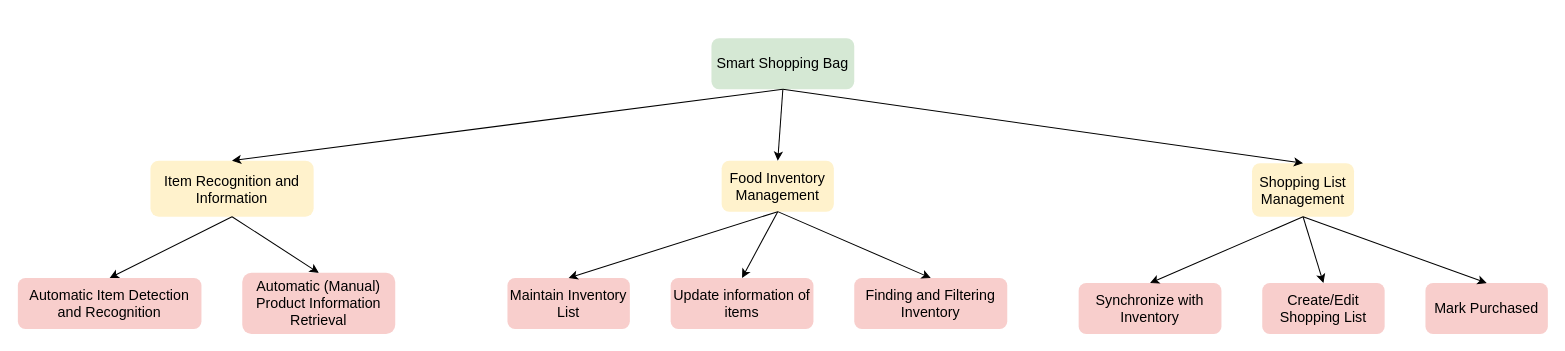
Earlier version of the draw.io diagram Functional Decomposition.drawio (anhdang42392/anhdang42392). Source tidied: cells renumbered, new cells numbered last; positions are measured from the earlier drawing's top-left corner, leaving out a move shared by most shapes. Both pictures are drawn from the tidied source at 102%, with x=0, y=0 at pixel (17, 38).
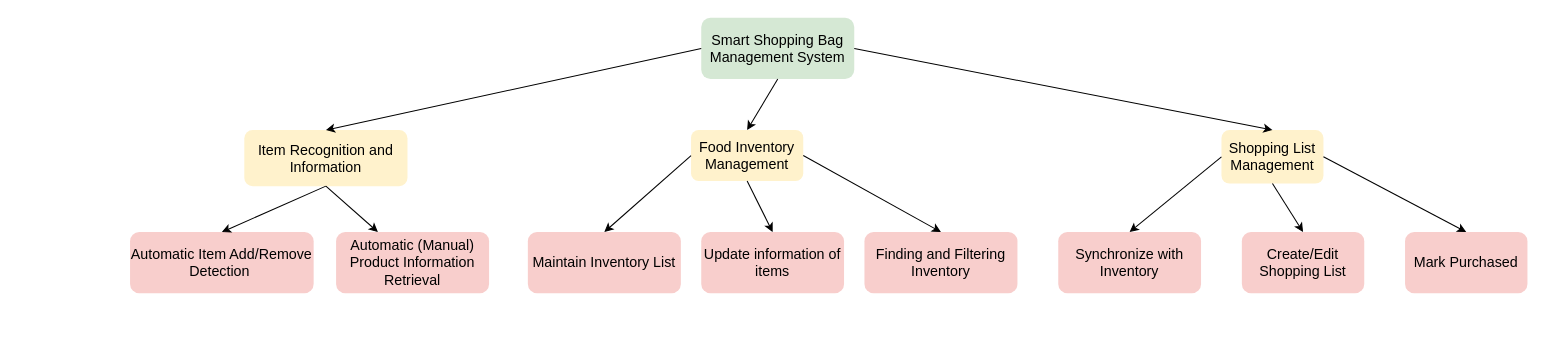
The same diagram, later.

What changed in the source:
```diff
@@
-    <mxCell id="2" value="&lt;font style=&quot;font-size: 14px;&quot;&gt;&lt;span&gt;Smart Shopping Bag&lt;/span&gt;&lt;/font&gt;" style="rounded=1;whiteSpace=wrap;html=1;strokeWidth=1;strokeColor=none;fillColor=#d5e8d4;fontStyle=0;" parent="1" vertex="1">
-      <mxGeometry x="680" width="140" height="50" as="geometry" />
+    <mxCell id="2" value="&lt;font style=&quot;font-size: 14px;&quot;&gt;&lt;span&gt;Smart Shopping Bag Management System&lt;/span&gt;&lt;/font&gt;" style="rounded=1;whiteSpace=wrap;html=1;strokeWidth=1;strokeColor=none;fillColor=#d5e8d4;fontStyle=0;" parent="1" vertex="1">
+      <mxGeometry x="670" y="-20" width="150" height="60" as="geometry" />
     </mxCell>
-    <mxCell id="3" value="&lt;span style=&quot;font-size: 14px;&quot;&gt;&lt;span&gt;Automatic Item Detection and Recognition&lt;/span&gt;&lt;/span&gt;" style="rounded=1;whiteSpace=wrap;html=1;strokeWidth=1;strokeColor=none;fillColor=#f8cecc;fontStyle=0;" parent="1" vertex="1">
-      <mxGeometry y="235" width="180" height="50" as="geometry" />
+    <mxCell id="3" value="&lt;span style=&quot;font-size: 14px;&quot;&gt;&lt;span&gt;Automatic Item Add/Remove Detection&amp;nbsp;&lt;/span&gt;&lt;/span&gt;" style="rounded=1;whiteSpace=wrap;html=1;strokeWidth=1;strokeColor=none;fillColor=#f8cecc;fontStyle=0;" parent="1" vertex="1">
+      <mxGeometry x="110" y="190" width="180" height="60" as="geometry" />
     </mxCell>
     <mxCell id="4" value="&lt;font style=&quot;font-size: 14px;&quot;&gt;&lt;span&gt;Item Recognition and Information&lt;/span&gt;&lt;/font&gt;" style="rounded=1;whiteSpace=wrap;html=1;strokeWidth=1;strokeColor=none;fillColor=#fff2cc;fontStyle=0;" parent="1" vertex="1">
-      <mxGeometry x="130" y="120" width="160" height="55" as="geometry" />
+      <mxGeometry x="222" y="90" width="160" height="55" as="geometry" />
     </mxCell>
     <mxCell id="5" value="&lt;span style=&quot;font-size: 14px;&quot;&gt;&lt;span&gt;Automatic (Manual) Product Information Retrieval&lt;/span&gt;&lt;/span&gt;" style="rounded=1;whiteSpace=wrap;html=1;strokeWidth=1;strokeColor=none;fillColor=#f8cecc;fontStyle=0;" parent="1" vertex="1">
-      <mxGeometry x="220" y="230" width="150" height="60" as="geometry" />
+      <mxGeometry x="312" y="190" width="150" height="60" as="geometry" />
     </mxCell>
     <mxCell id="6" value="&lt;span style=&quot;font-size: 14px;&quot;&gt;&lt;span&gt;Update information of items&lt;/span&gt;&lt;/span&gt;" style="rounded=1;whiteSpace=wrap;html=1;strokeWidth=1;strokeColor=none;fillColor=#f8cecc;fontStyle=0;" parent="1" vertex="1">
-      <mxGeometry x="640" y="235" width="140" height="50" as="geometry" />
+      <mxGeometry x="670" y="190" width="140" height="60" as="geometry" />
     </mxCell>
     <mxCell id="7" value="&lt;span style=&quot;font-size: 14px;&quot;&gt;&lt;span&gt;Maintain Inventory List&lt;/span&gt;&lt;/span&gt;" style="rounded=1;whiteSpace=wrap;html=1;strokeWidth=1;strokeColor=none;fillColor=#f8cecc;fontStyle=0;" parent="1" vertex="1">
-      <mxGeometry x="480" y="235" width="120" height="50" as="geometry" />
+      <mxGeometry x="500" y="190" width="150" height="60" as="geometry" />
     </mxCell>
     <mxCell id="8" value="&lt;span style=&quot;font-size: 14px;&quot;&gt;&lt;span&gt;Food Inventory Management&lt;/span&gt;&lt;/span&gt;" style="rounded=1;whiteSpace=wrap;html=1;strokeWidth=1;strokeColor=none;fillColor=#fff2cc;fontStyle=0;" parent="1" vertex="1">
-      <mxGeometry x="690" y="120" width="110" height="50" as="geometry" />
+      <mxGeometry x="660" y="90" width="110" height="50" as="geometry" />
     </mxCell>
     <mxCell id="9" value="&lt;span style=&quot;font-size: 14px;&quot;&gt;&lt;span&gt;Finding and Filtering Inventory&lt;/span&gt;&lt;/span&gt;" style="rounded=1;whiteSpace=wrap;html=1;strokeWidth=1;strokeColor=none;fillColor=#f8cecc;fontStyle=0;" parent="1" vertex="1">
-      <mxGeometry x="820" y="235" width="150" height="50" as="geometry" />
+      <mxGeometry x="830" y="190" width="150" height="60" as="geometry" />
     </mxCell>
     <mxCell id="10" value="&lt;span style=&quot;font-size: 14px;&quot;&gt;&lt;span&gt;Synchronize with Inventory&lt;/span&gt;&lt;/span&gt;" style="rounded=1;whiteSpace=wrap;html=1;strokeWidth=1;strokeColor=none;fillColor=#f8cecc;fontStyle=0;" parent="1" vertex="1">
-      <mxGeometry x="1040" y="240" width="140" height="50" as="geometry" />
+      <mxGeometry x="1020" y="190" width="140" height="60" as="geometry" />
     </mxCell>
     <mxCell id="11" value="&lt;span style=&quot;font-size: 14px;&quot;&gt;&lt;span&gt;Create/Edit Shopping List&lt;/span&gt;&lt;/span&gt;" style="rounded=1;whiteSpace=wrap;html=1;strokeWidth=1;strokeColor=none;fillColor=#f8cecc;fontStyle=0;" parent="1" vertex="1">
-      <mxGeometry x="1220" y="240" width="120" height="50" as="geometry" />
+      <mxGeometry x="1200" y="190" width="120" height="60" as="geometry" />
     </mxCell>
     <mxCell id="12" value="&lt;span style=&quot;font-size: 14px;&quot;&gt;&lt;span&gt;Mark Purchased&lt;/span&gt;&lt;/span&gt;" style="rounded=1;whiteSpace=wrap;html=1;strokeWidth=1;strokeColor=none;fillColor=#f8cecc;fontStyle=0;" parent="1" vertex="1">
-      <mxGeometry x="1380" y="240" width="120" height="50" as="geometry" />
+      <mxGeometry x="1360" y="190" width="120" height="60" as="geometry" />
     </mxCell>
     <mxCell id="13" value="&lt;span style=&quot;font-size: 14px;&quot;&gt;&lt;span&gt;Shopping List Management&lt;/span&gt;&lt;/span&gt;" style="rounded=1;whiteSpace=wrap;html=1;strokeWidth=1;strokeColor=none;fillColor=#fff2cc;fontStyle=0;" parent="1" vertex="1">
-      <mxGeometry x="1210" y="122.5" width="100" height="52.5" as="geometry" />
+      <mxGeometry x="1180" y="90" width="100" height="52.5" as="geometry" />
     </mxCell>
@@
-    <mxCell id="15" style="endArrow=classic;html=1;rounded=0;entryX=0.5;entryY=0;entryDx=0;entryDy=0;exitX=0.5;exitY=1;exitDx=0;exitDy=0;fontStyle=0;" parent="1" edge="1" source="2" target="13">
-      <mxGeometry relative="1" as="geometry" />
-    </mxCell>
-    <mxCell id="16" style="endArrow=classic;html=1;rounded=0;entryX=0.5;entryY=0;entryDx=0;entryDy=0;exitX=0.5;exitY=1;exitDx=0;exitDy=0;fontStyle=0;" parent="1" edge="1" source="2" target="4">
-      <mxGeometry relative="1" as="geometry" />
-    </mxCell>
@@
-    <mxCell id="18" style="endArrow=classic;html=1;rounded=0;entryX=0.5;entryY=0;entryDx=0;entryDy=0;exitX=0.5;exitY=1;exitDx=0;exitDy=0;fontStyle=0;" parent="1" edge="1" source="4" target="5">
+    <mxCell id="18" style="endArrow=classic;html=1;rounded=0;exitX=0.5;exitY=1;exitDx=0;exitDy=0;fontStyle=0;" parent="1" edge="1" source="4" target="5">
       <mxGeometry relative="1" as="geometry" />
     </mxCell>
-    <mxCell id="19" style="endArrow=classic;html=1;rounded=0;entryX=0.5;entryY=0;entryDx=0;entryDy=0;exitX=0.5;exitY=1;exitDx=0;exitDy=0;fontStyle=0;" parent="1" edge="1" source="8" target="7">
+    <mxCell id="19" style="endArrow=classic;html=1;rounded=0;entryX=0.5;entryY=0;entryDx=0;entryDy=0;exitX=0;exitY=0.5;exitDx=0;exitDy=0;fontStyle=0;" parent="1" edge="1" source="8" target="7">
       <mxGeometry relative="1" as="geometry" />
     </mxCell>
@@
-    <mxCell id="21" style="endArrow=classic;html=1;rounded=0;entryX=0.5;entryY=0;entryDx=0;entryDy=0;exitX=0.5;exitY=1;exitDx=0;exitDy=0;fontStyle=0;" parent="1" edge="1" source="8" target="9">
+    <mxCell id="21" style="endArrow=classic;html=1;rounded=0;entryX=0.5;entryY=0;entryDx=0;entryDy=0;exitX=1;exitY=0.5;exitDx=0;exitDy=0;fontStyle=0;" parent="1" edge="1" source="8" target="9">
       <mxGeometry relative="1" as="geometry" />
     </mxCell>
-    <mxCell id="22" style="endArrow=classic;html=1;rounded=0;entryX=0.5;entryY=0;entryDx=0;entryDy=0;exitX=0.5;exitY=1;exitDx=0;exitDy=0;fontStyle=0;" parent="1" edge="1" source="13" target="10">
+    <mxCell id="22" style="endArrow=classic;html=1;rounded=0;entryX=0.5;entryY=0;entryDx=0;entryDy=0;exitX=0;exitY=0.5;exitDx=0;exitDy=0;fontStyle=0;" parent="1" edge="1" source="13" target="10">
       <mxGeometry relative="1" as="geometry" />
     </mxCell>
@@
-    <mxCell id="24" style="endArrow=classic;html=1;rounded=0;entryX=0.5;entryY=0;entryDx=0;entryDy=0;exitX=0.5;exitY=1;exitDx=0;exitDy=0;fontStyle=0;" parent="1" edge="1" source="13" target="12">
+    <mxCell id="24" style="endArrow=classic;html=1;rounded=0;entryX=0.5;entryY=0;entryDx=0;entryDy=0;exitX=1;exitY=0.5;exitDx=0;exitDy=0;fontStyle=0;" parent="1" edge="1" source="13" target="12">
       <mxGeometry relative="1" as="geometry" />
     </mxCell>
+    <mxCell id="16" style="endArrow=classic;html=1;rounded=0;exitX=0;exitY=0.5;exitDx=0;exitDy=0;entryX=0.5;entryY=0;entryDx=0;entryDy=0;" parent="1" edge="1" source="2" target="4">
+      <mxGeometry relative="1" as="geometry" />
+    </mxCell>
+    <mxCell id="15" style="endArrow=classic;html=1;rounded=0;entryX=0.5;entryY=0;entryDx=0;entryDy=0;exitX=1;exitY=0.5;exitDx=0;exitDy=0;fontStyle=0;" parent="1" edge="1" source="2" target="13">
+      <mxGeometry relative="1" as="geometry" />
+    </mxCell>
```
